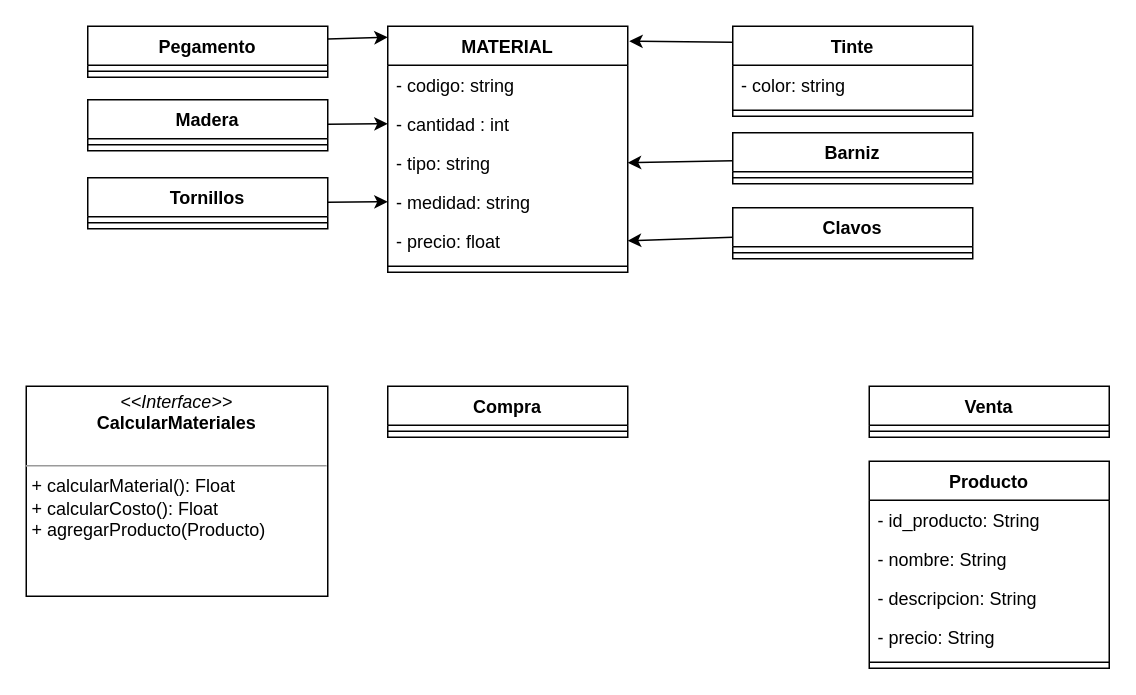
Before: Carniceria.drawio in descobar2/Carniceria, a draw.io diagram. Source tidied: cells renumbered, new cells numbered last; positions are measured from the earlier drawing's top-left corner, leaving out a move shared by most shapes. Both pictures are drawn from the tidied source at 150%, with x=0, y=0 at pixel (26, 26).
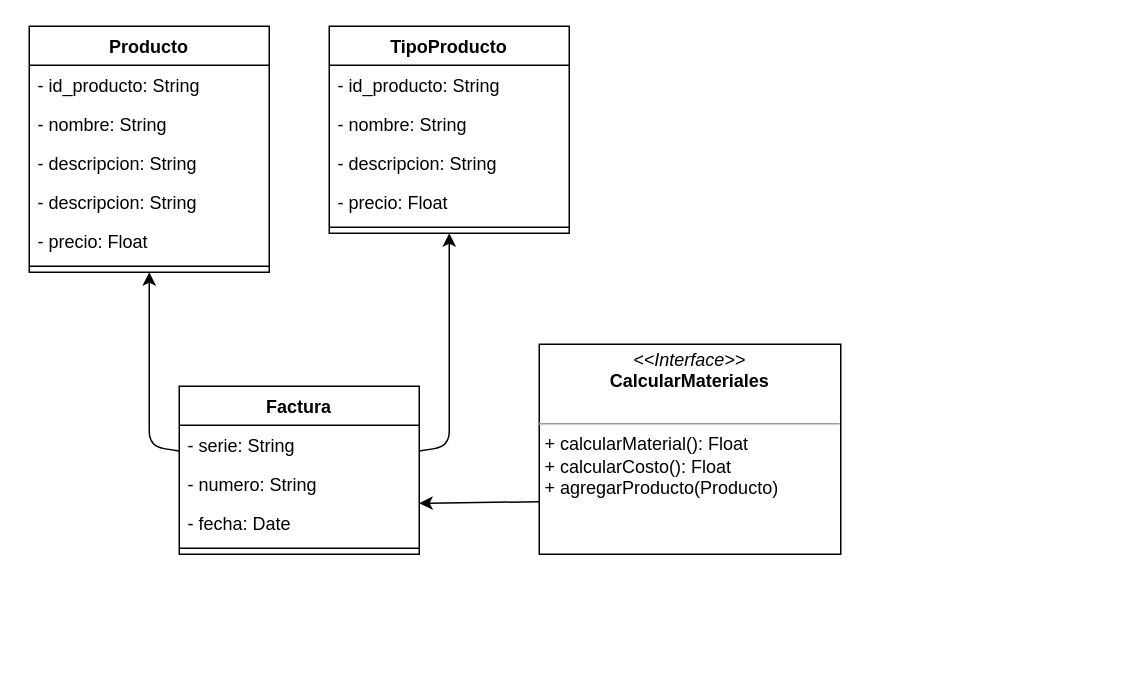
Above is the later version.

The edit, as a diff of the source:
```diff
@@
-    <mxCell id="2" value="MATERIAL" style="swimlane;fontStyle=1;align=center;verticalAlign=top;horizontal=1;startSize=26;" parent="1" vertex="1">
-      <mxGeometry x="241" width="160" height="164" as="geometry" />
-    </mxCell>
-    <mxCell id="3" value="- codigo: string" style="text;strokeColor=none;fillColor=none;align=left;verticalAlign=top;spacingLeft=4;spacingRight=4;overflow=hidden;" parent="2" vertex="1">
-      <mxGeometry y="26" width="160" height="26" as="geometry" />
-    </mxCell>
-    <mxCell id="4" value="- cantidad : int" style="text;strokeColor=none;fillColor=none;align=left;verticalAlign=top;spacingLeft=4;spacingRight=4;overflow=hidden;points=[[0,0.5],[1,0.5]];portConstraint=eastwest;" parent="2" vertex="1">
-      <mxGeometry y="52" width="160" height="26" as="geometry" />
-    </mxCell>
-    <mxCell id="5" value="- tipo: string" style="text;strokeColor=none;fillColor=none;align=left;verticalAlign=top;spacingLeft=4;spacingRight=4;overflow=hidden;points=[[0,0.5],[1,0.5]];portConstraint=eastwest;" parent="2" vertex="1">
-      <mxGeometry y="78" width="160" height="26" as="geometry" />
-    </mxCell>
-    <mxCell id="6" value="- medidad: string" style="text;strokeColor=none;fillColor=none;align=left;verticalAlign=top;spacingLeft=4;spacingRight=4;overflow=hidden;points=[[0,0.5],[1,0.5]];portConstraint=eastwest;" parent="2" vertex="1">
-      <mxGeometry y="104" width="160" height="26" as="geometry" />
-    </mxCell>
-    <mxCell id="7" value="- precio: float" style="text;strokeColor=none;fillColor=none;align=left;verticalAlign=top;spacingLeft=4;spacingRight=4;overflow=hidden;points=[[0,0.5],[1,0.5]];portConstraint=eastwest;" parent="2" vertex="1">
-      <mxGeometry y="130" width="160" height="26" as="geometry" />
-    </mxCell>
-    <mxCell id="8" style="line;strokeWidth=1;fillColor=none;align=left;verticalAlign=middle;spacingTop=-1;spacingLeft=3;spacingRight=3;labelPosition=right;strokeColor=inherit;" parent="2" vertex="1">
-      <mxGeometry y="156" width="160" height="8" as="geometry" />
-    </mxCell>
-    <mxCell id="9" style="edgeStyle=none;html=1;entryX=0;entryY=0.5;entryDx=0;entryDy=0;" parent="1" edge="1" source="10" target="4">
-      <mxGeometry relative="1" as="geometry" />
-    </mxCell>
-    <mxCell id="10" value="Madera" style="swimlane;fontStyle=1;align=center;verticalAlign=top;horizontal=1;startSize=26;" parent="1" vertex="1">
-      <mxGeometry x="41" y="49" width="160" height="34" as="geometry" />
-    </mxCell>
-    <mxCell id="11" style="line;strokeWidth=1;fillColor=none;align=left;verticalAlign=middle;spacingTop=-1;spacingLeft=3;spacingRight=3;labelPosition=right;strokeColor=inherit;" parent="10" vertex="1">
-      <mxGeometry y="26" width="160" height="8" as="geometry" />
-    </mxCell>
-    <mxCell id="12" style="edgeStyle=none;html=1;entryX=0;entryY=0.5;entryDx=0;entryDy=0;" parent="1" edge="1" source="13" target="6">
-      <mxGeometry relative="1" as="geometry" />
-    </mxCell>
-    <mxCell id="13" value="Tornillos" style="swimlane;fontStyle=1;align=center;verticalAlign=top;horizontal=1;startSize=26;" parent="1" vertex="1">
-      <mxGeometry x="41" y="101" width="160" height="34" as="geometry" />
-    </mxCell>
-    <mxCell id="14" style="line;strokeWidth=1;fillColor=none;align=left;verticalAlign=middle;spacingTop=-1;spacingLeft=3;spacingRight=3;labelPosition=right;strokeColor=inherit;" parent="13" vertex="1">
-      <mxGeometry y="26" width="160" height="8" as="geometry" />
-    </mxCell>
-    <mxCell id="15" style="edgeStyle=none;html=1;entryX=1;entryY=0.5;entryDx=0;entryDy=0;" parent="1" edge="1" source="16" target="7">
-      <mxGeometry relative="1" as="geometry" />
-    </mxCell>
-    <mxCell id="16" value="Clavos" style="swimlane;fontStyle=1;align=center;verticalAlign=top;horizontal=1;startSize=26;" parent="1" vertex="1">
-      <mxGeometry x="471" y="121" width="160" height="34" as="geometry" />
-    </mxCell>
-    <mxCell id="17" style="line;strokeWidth=1;fillColor=none;align=left;verticalAlign=middle;spacingTop=-1;spacingLeft=3;spacingRight=3;labelPosition=right;strokeColor=inherit;" parent="16" vertex="1">
-      <mxGeometry y="26" width="160" height="8" as="geometry" />
-    </mxCell>
-    <mxCell id="18" value="Tinte" style="swimlane;fontStyle=1;align=center;verticalAlign=top;horizontal=1;startSize=26;" parent="1" vertex="1">
-      <mxGeometry x="471" width="160" height="60" as="geometry" />
-    </mxCell>
-    <mxCell id="19" value="- color: string" style="text;strokeColor=none;fillColor=none;align=left;verticalAlign=top;spacingLeft=4;spacingRight=4;overflow=hidden;" parent="18" vertex="1">
-      <mxGeometry y="26" width="160" height="26" as="geometry" />
-    </mxCell>
-    <mxCell id="20" style="line;strokeWidth=1;fillColor=none;align=left;verticalAlign=middle;spacingTop=-1;spacingLeft=3;spacingRight=3;labelPosition=right;strokeColor=inherit;" parent="18" vertex="1">
-      <mxGeometry y="52" width="160" height="8" as="geometry" />
-    </mxCell>
-    <mxCell id="21" style="edgeStyle=none;html=1;exitX=-0.002;exitY=0.179;exitDx=0;exitDy=0;exitPerimeter=0;" parent="1" edge="1" source="18">
-      <mxGeometry relative="1" as="geometry">
-        <mxPoint x="402" y="10" as="targetPoint" />
-      </mxGeometry>
-    </mxCell>
-    <mxCell id="22" style="edgeStyle=none;html=1;entryX=1;entryY=0.5;entryDx=0;entryDy=0;" parent="1" edge="1" source="23" target="5">
-      <mxGeometry relative="1" as="geometry" />
-    </mxCell>
-    <mxCell id="23" value="Barniz" style="swimlane;fontStyle=1;align=center;verticalAlign=top;horizontal=1;startSize=26;" parent="1" vertex="1">
-      <mxGeometry x="471" y="71" width="160" height="34" as="geometry" />
-    </mxCell>
-    <mxCell id="24" style="line;strokeWidth=1;fillColor=none;align=left;verticalAlign=middle;spacingTop=-1;spacingLeft=3;spacingRight=3;labelPosition=right;strokeColor=inherit;" parent="23" vertex="1">
-      <mxGeometry y="26" width="160" height="8" as="geometry" />
-    </mxCell>
-    <mxCell id="25" style="edgeStyle=none;html=1;entryX=0;entryY=0.045;entryDx=0;entryDy=0;entryPerimeter=0;exitX=1;exitY=0.25;exitDx=0;exitDy=0;" parent="1" edge="1" source="26" target="2">
-      <mxGeometry relative="1" as="geometry" />
-    </mxCell>
-    <mxCell id="26" value="Pegamento" style="swimlane;fontStyle=1;align=center;verticalAlign=top;horizontal=1;startSize=26;" parent="1" vertex="1">
-      <mxGeometry x="41" width="160" height="34" as="geometry" />
-    </mxCell>
-    <mxCell id="27" style="line;strokeWidth=1;fillColor=none;align=left;verticalAlign=middle;spacingTop=-1;spacingLeft=3;spacingRight=3;labelPosition=right;strokeColor=inherit;" parent="26" vertex="1">
-      <mxGeometry y="26" width="160" height="8" as="geometry" />
-    </mxCell>
+    <mxCell id="39" style="edgeStyle=none;html=1;exitX=0;exitY=0.75;exitDx=0;exitDy=0;entryX=1;entryY=0;entryDx=0;entryDy=0;entryPerimeter=0;" parent="1" edge="1" source="28" target="52">
+      <mxGeometry relative="1" as="geometry" />
+    </mxCell>
     <mxCell id="28" value="&lt;p style=&quot;margin:0px;margin-top:4px;text-align:center;&quot;&gt;&lt;i&gt;&amp;lt;&amp;lt;Interface&amp;gt;&amp;gt;&lt;/i&gt;&lt;br&gt;&lt;b&gt;CalcularMateriales&lt;/b&gt;&lt;/p&gt;&lt;br&gt;&lt;hr size=&quot;1&quot;&gt;&lt;p style=&quot;margin:0px;margin-left:4px;&quot;&gt;+ calcularMaterial(): Float&lt;br&gt;+ calcularCosto(): Float&lt;/p&gt;&lt;p style=&quot;margin:0px;margin-left:4px;&quot;&gt;+ agregarProducto(Producto)&lt;/p&gt;" style="verticalAlign=top;align=left;overflow=fill;fontSize=12;fontFamily=Helvetica;html=1;" parent="1" vertex="1">
-      <mxGeometry y="240" width="201" height="140" as="geometry" />
+      <mxGeometry x="342" y="212" width="201" height="140" as="geometry" />
     </mxCell>
-    <mxCell id="29" value="Compra" style="swimlane;fontStyle=1;align=center;verticalAlign=top;horizontal=1;startSize=26;" parent="1" vertex="1">
-      <mxGeometry x="241" y="240" width="160" height="34" as="geometry" />
-    </mxCell>
-    <mxCell id="30" style="line;strokeWidth=1;fillColor=none;align=left;verticalAlign=middle;spacingTop=-1;spacingLeft=3;spacingRight=3;labelPosition=right;strokeColor=inherit;" parent="29" vertex="1">
-      <mxGeometry y="26" width="160" height="8" as="geometry" />
-    </mxCell>
-    <mxCell id="31" value="Venta" style="swimlane;fontStyle=1;align=center;verticalAlign=top;horizontal=1;startSize=26;" parent="1" vertex="1">
-      <mxGeometry x="562" y="240" width="160" height="34" as="geometry" />
-    </mxCell>
-    <mxCell id="32" style="line;strokeWidth=1;fillColor=none;align=left;verticalAlign=middle;spacingTop=-1;spacingLeft=3;spacingRight=3;labelPosition=right;strokeColor=inherit;" parent="31" vertex="1">
-      <mxGeometry y="26" width="160" height="8" as="geometry" />
-    </mxCell>
     <mxCell id="33" value="Producto" style="swimlane;fontStyle=1;align=center;verticalAlign=top;horizontal=1;startSize=26;" parent="1" vertex="1">
-      <mxGeometry x="562" y="290" width="160" height="138" as="geometry" />
+      <mxGeometry x="2" width="160" height="164" as="geometry" />
     </mxCell>
@@
+    <mxCell id="40" value="- descripcion: String" style="text;strokeColor=none;fillColor=none;align=left;verticalAlign=top;spacingLeft=4;spacingRight=4;overflow=hidden;" parent="33" vertex="1">
+      <mxGeometry y="104" width="160" height="26" as="geometry" />
+    </mxCell>
-    <mxCell id="37" value="- precio: String" style="text;strokeColor=none;fillColor=none;align=left;verticalAlign=top;spacingLeft=4;spacingRight=4;overflow=hidden;" parent="33" vertex="1">
-      <mxGeometry y="104" width="160" height="26" as="geometry" />
+    <mxCell id="37" value="- precio: Float" style="text;strokeColor=none;fillColor=none;align=left;verticalAlign=top;spacingLeft=4;spacingRight=4;overflow=hidden;" parent="33" vertex="1">
+      <mxGeometry y="130" width="160" height="26" as="geometry" />
     </mxCell>
     <mxCell id="38" style="line;strokeWidth=1;fillColor=none;align=left;verticalAlign=middle;spacingTop=-1;spacingLeft=3;spacingRight=3;labelPosition=right;strokeColor=inherit;" parent="33" vertex="1">
-      <mxGeometry y="130" width="160" height="8" as="geometry" />
+      <mxGeometry y="156" width="160" height="8" as="geometry" />
     </mxCell>
+    <mxCell id="41" value="TipoProducto" style="swimlane;fontStyle=1;align=center;verticalAlign=top;horizontal=1;startSize=26;" parent="1" vertex="1">
+      <mxGeometry x="202" width="160" height="138" as="geometry" />
+    </mxCell>
+    <mxCell id="42" value="- id_producto: String" style="text;strokeColor=none;fillColor=none;align=left;verticalAlign=top;spacingLeft=4;spacingRight=4;overflow=hidden;" parent="41" vertex="1">
+      <mxGeometry y="26" width="160" height="26" as="geometry" />
+    </mxCell>
+    <mxCell id="43" value="- nombre: String" style="text;strokeColor=none;fillColor=none;align=left;verticalAlign=top;spacingLeft=4;spacingRight=4;overflow=hidden;" parent="41" vertex="1">
+      <mxGeometry y="52" width="160" height="26" as="geometry" />
+    </mxCell>
+    <mxCell id="44" value="- descripcion: String" style="text;strokeColor=none;fillColor=none;align=left;verticalAlign=top;spacingLeft=4;spacingRight=4;overflow=hidden;" parent="41" vertex="1">
+      <mxGeometry y="78" width="160" height="26" as="geometry" />
+    </mxCell>
+    <mxCell id="45" value="- precio: Float" style="text;strokeColor=none;fillColor=none;align=left;verticalAlign=top;spacingLeft=4;spacingRight=4;overflow=hidden;" parent="41" vertex="1">
+      <mxGeometry y="104" width="160" height="26" as="geometry" />
+    </mxCell>
+    <mxCell id="46" style="line;strokeWidth=1;fillColor=none;align=left;verticalAlign=middle;spacingTop=-1;spacingLeft=3;spacingRight=3;labelPosition=right;strokeColor=inherit;" parent="41" vertex="1">
+      <mxGeometry y="130" width="160" height="8" as="geometry" />
+    </mxCell>
+    <mxCell id="47" style="edgeStyle=none;html=1;entryX=0.5;entryY=1;entryDx=0;entryDy=0;" parent="1" edge="1" source="49" target="33">
+      <mxGeometry relative="1" as="geometry">
+        <Array as="points">
+          <mxPoint x="82" y="280" />
+        </Array>
+      </mxGeometry>
+    </mxCell>
+    <mxCell id="48" style="edgeStyle=none;html=1;entryX=0.5;entryY=1;entryDx=0;entryDy=0;" parent="1" edge="1" source="49" target="41">
+      <mxGeometry relative="1" as="geometry">
+        <Array as="points">
+          <mxPoint x="282" y="280" />
+        </Array>
+      </mxGeometry>
+    </mxCell>
+    <mxCell id="49" value="Factura" style="swimlane;fontStyle=1;align=center;verticalAlign=top;horizontal=1;startSize=26;" parent="1" vertex="1">
+      <mxGeometry x="102" y="240" width="160" height="112" as="geometry" />
+    </mxCell>
+    <mxCell id="50" value="- serie: String" style="text;strokeColor=none;fillColor=none;align=left;verticalAlign=top;spacingLeft=4;spacingRight=4;overflow=hidden;" parent="49" vertex="1">
+      <mxGeometry y="26" width="160" height="26" as="geometry" />
+    </mxCell>
+    <mxCell id="51" value="- numero: String" style="text;strokeColor=none;fillColor=none;align=left;verticalAlign=top;spacingLeft=4;spacingRight=4;overflow=hidden;" parent="49" vertex="1">
+      <mxGeometry y="52" width="160" height="26" as="geometry" />
+    </mxCell>
+    <mxCell id="52" value="- fecha: Date" style="text;strokeColor=none;fillColor=none;align=left;verticalAlign=top;spacingLeft=4;spacingRight=4;overflow=hidden;points=[[0,0.5],[1,0.5]];portConstraint=eastwest;" parent="49" vertex="1">
+      <mxGeometry y="78" width="160" height="26" as="geometry" />
+    </mxCell>
+    <mxCell id="53" style="line;strokeWidth=1;fillColor=none;align=left;verticalAlign=middle;spacingTop=-1;spacingLeft=3;spacingRight=3;labelPosition=right;strokeColor=inherit;" parent="49" vertex="1">
+      <mxGeometry y="104" width="160" height="8" as="geometry" />
+    </mxCell>
```
